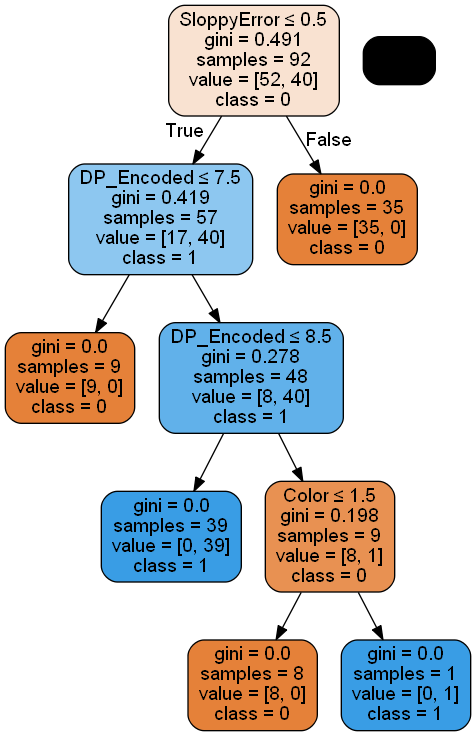
Above: tree.png in Yumil22/Curso_Python (Graphviz), before the change. Its source is kept beside it as tree.dot.
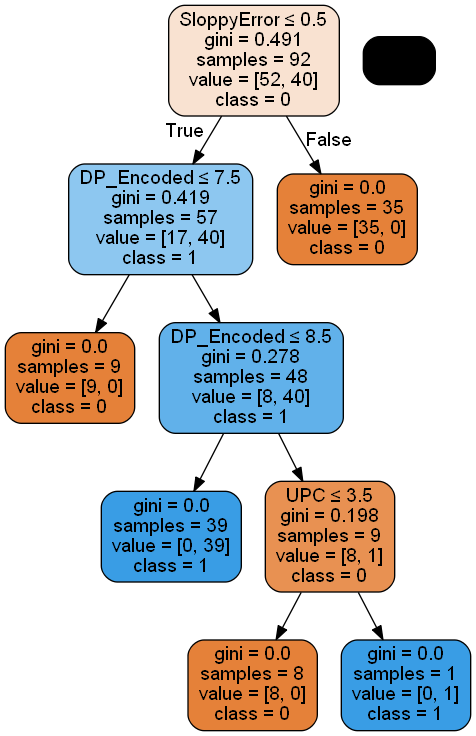
Above is the later version.

Change to the diagram source:
```diff
@@ -9,7 +9,7 @@
 1 -> 3 ;
 4 [label="gini = 0.0\nsamples = 39\nvalue = [0, 39]"] ;
 3 -> 4 ;
-5 [label="Color <= 1.5\ngini = 0.198\nsamples = 9\nvalue = [8, 1]"] ;
+5 [label="UPC <= 3.5\ngini = 0.198\nsamples = 9\nvalue = [8, 1]"] ;
 3 -> 5 ;
 6 [label="gini = 0.0\nsamples = 8\nvalue = [8, 0]"] ;
 5 -> 6 ;
```
